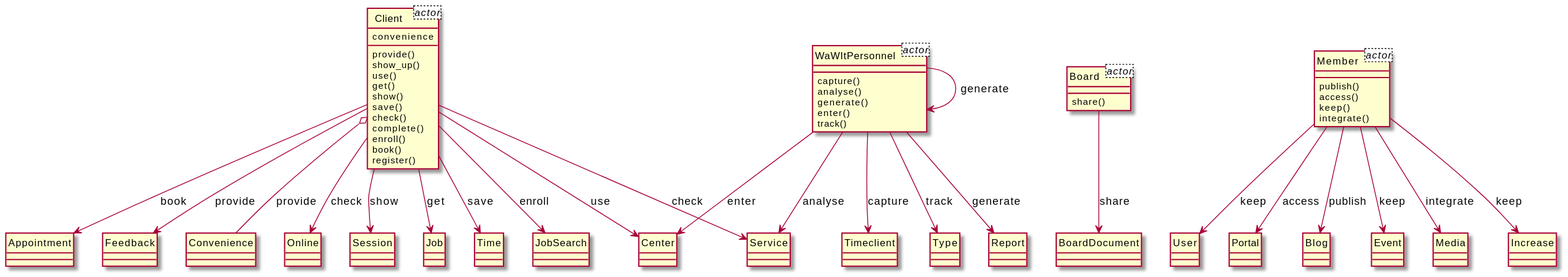
xixixhalu/DomainModelExtractor keeps this PlantUML diagram as output/diagram_5/2014-USC-Project14.svg. Above is the earlier version. Its diagram source:
```plantuml
@startuml
hide circle
class Client<actor> {
	convenience
}
class Board<actor> {
}
class Member<actor> {
}
class WaWItPersonnel<actor> {
}
class Member {
	publish()
	access()
	keep()
	integrate()
}
class User {
}
class Portal {
}
class Client {
	provide()
	show_up()
	use()
	get()
	show()
	save()
	check()
	complete()
	enroll()
	book()
	register()
}
class Feedback {
}
class Convenience {
}
class Blog {
}
class WaWItPersonnel {
	capture()
	analyse()
	generate()
	enter()
	track()
}
class Event {
}
class Online {
}
class Session {
}
class Job {
}
class Board {
	share()
}
class Time {
}
class JobSearch {
}
class Media {
}
class Appointment {
}
class Center {
}
class Service {
}
class Increase {
}
class Timeclient {
}
class Type {
}
class Report {
}
class BoardDocument {
}
Client --> Service : check
WaWItPersonnel --> Service : analyse
Member --> Event : keep
Client o-- Convenience : provide
Member --> Increase : keep
Client --> Online : check
WaWItPersonnel --> Center : enter
Client --> Session : show
WaWItPersonnel --> Timeclient : capture
Client --> Job : get
WaWItPersonnel --> Type : track
Client --> Center : use
Member --> Blog : publish
WaWItPersonnel --> WaWItPersonnel : generate
Client --> Feedback : provide
WaWItPersonnel --> Report : generate
Client --> Time : save
Board --> BoardDocument : share
Client --> JobSearch : enroll
Member --> Media : integrate
Client --> Appointment : book
Member --> Portal : access
Member --> User : keep
@enduml
```
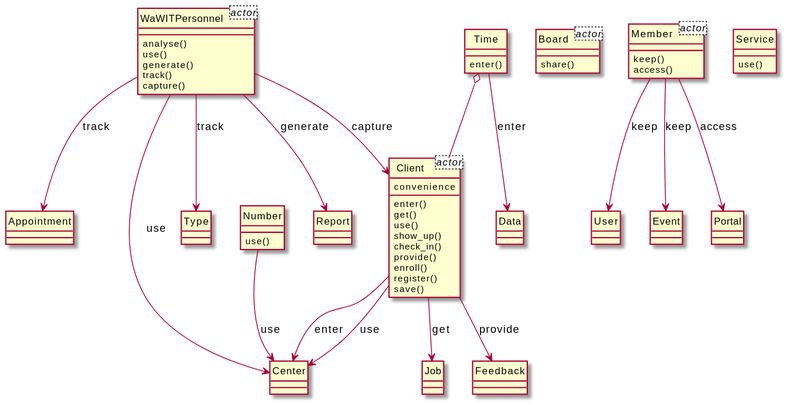
Above is the later version.

The edit, as a diff of the source:
```diff
@@ -7,98 +7,75 @@
 }
 class Member<actor> {
 }
-class WaWItPersonnel<actor> {
+class WaWITPersonnel<actor> {
 }
-class Member {
-	publish()
-	access()
-	keep()
-	integrate()
-}
-class User {
-}
-class Portal {
-}
-class Client {
-	provide()
-	show_up()
+class WaWITPersonnel {
+	analyse()
 	use()
-	get()
-	show()
-	save()
-	check()
-	complete()
-	enroll()
-	book()
-	register()
-}
-class Feedback {
-}
-class Convenience {
-}
-class Blog {
-}
-class WaWItPersonnel {
+	generate()
+	track()
 	capture()
-	analyse()
-	generate()
-	enter()
-	track()
-}
-class Event {
-}
-class Online {
-}
-class Session {
-}
-class Job {
-}
-class Board {
-	share()
-}
-class Time {
-}
-class JobSearch {
-}
-class Media {
 }
 class Appointment {
 }
 class Center {
 }
+class Client {
+	enter()
+	get()
+	use()
+	show_up()
+	check_in()
+	provide()
+	enroll()
+	register()
+	save()
+}
+class Time {
+	enter()
+}
+class Data {
+}
+class Number {
+	use()
+}
+class Member {
+	keep()
+	access()
+}
+class User {
+}
+class Job {
+}
 class Service {
+	use()
 }
-class Increase {
+class Event {
 }
-class Timeclient {
+class Feedback {
+}
+class Portal {
+}
+class Board {
+	share()
 }
 class Type {
 }
 class Report {
 }
-class BoardDocument {
-}
-Client --> Service : check
-WaWItPersonnel --> Service : analyse
+Client --> Job : get
+Member --> User : keep
+WaWITPersonnel --> Type : track
+Time --> Data : enter
+WaWITPersonnel --> Center : use
+Member --> Portal : access
+Number --> Center : use
+Client --> Center : enter
 Member --> Event : keep
-Client o-- Convenience : provide
-Member --> Increase : keep
-Client --> Online : check
-WaWItPersonnel --> Center : enter
-Client --> Session : show
-WaWItPersonnel --> Timeclient : capture
-Client --> Job : get
-WaWItPersonnel --> Type : track
+WaWITPersonnel --> Report : generate
+WaWITPersonnel --> Client : capture
 Client --> Center : use
-Member --> Blog : publish
-WaWItPersonnel --> WaWItPersonnel : generate
+Time o-- Client
 Client --> Feedback : provide
-WaWItPersonnel --> Report : generate
-Client --> Time : save
-Board --> BoardDocument : share
-Client --> JobSearch : enroll
-Member --> Media : integrate
-Client --> Appointment : book
-Member --> Portal : access
-Member --> User : keep
+WaWITPersonnel --> Appointment : track
 @enduml
```
